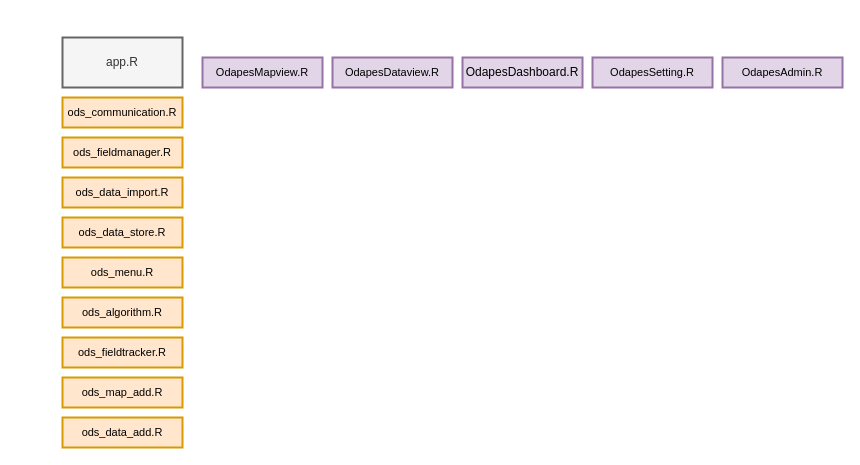
Above: ODAPES_APP_STRUCTURE.drawio in ODAPES/system_documentation (draw.io), before the change. Source tidied: cells renumbered, new cells numbered last; positions are measured from the earlier drawing's top-left corner, leaving out a move shared by most shapes. Both pictures are drawn from the tidied source at 100%, with x=0, y=0 at pixel (62, 37).
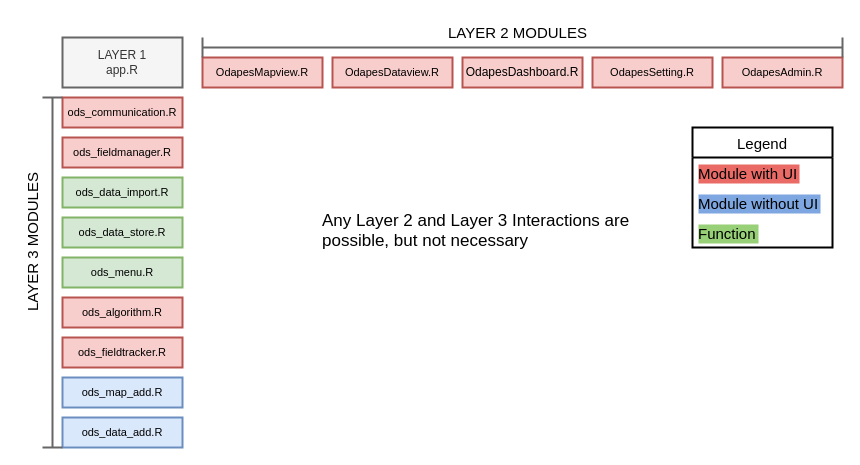
The same page after the edit.

What changed in the source:
```diff
@@
-    <mxCell id="2" value="app.R" style="text;html=1;strokeColor=#666666;fillColor=#f5f5f5;align=center;verticalAlign=middle;whiteSpace=wrap;rounded=0;strokeWidth=2;fontColor=#333333;" parent="1" vertex="1">
+    <mxCell id="2" value="LAYER 1&lt;br&gt;app.R" style="text;html=1;strokeColor=#666666;fillColor=#f5f5f5;align=center;verticalAlign=middle;whiteSpace=wrap;rounded=0;strokeWidth=2;fontColor=#333333;" parent="1" vertex="1">
       <mxGeometry width="120" height="50" as="geometry" />
     </mxCell>
-    <mxCell id="3" value="&lt;font style=&quot;font-size: 11px;&quot;&gt;OdapesDataview.R&lt;/font&gt;" style="text;html=1;strokeColor=#9673a6;fillColor=#e1d5e7;align=center;verticalAlign=middle;whiteSpace=wrap;rounded=0;strokeWidth=2;" parent="1" vertex="1">
+    <mxCell id="3" value="&lt;font style=&quot;font-size: 11px;&quot;&gt;OdapesDataview.R&lt;/font&gt;" style="text;html=1;strokeColor=#b85450;fillColor=#f8cecc;align=center;verticalAlign=middle;whiteSpace=wrap;rounded=0;strokeWidth=2;" parent="1" vertex="1">
       <mxGeometry x="270" y="20" width="120" height="30" as="geometry" />
     </mxCell>
-    <mxCell id="4" value="&lt;font style=&quot;font-size: 11px;&quot;&gt;OdapesMapview.R&lt;/font&gt;" style="text;html=1;strokeColor=#9673a6;fillColor=#e1d5e7;align=center;verticalAlign=middle;whiteSpace=wrap;rounded=0;strokeWidth=2;" parent="1" vertex="1">
+    <mxCell id="4" value="&lt;font style=&quot;font-size: 11px;&quot;&gt;OdapesMapview.R&lt;/font&gt;" style="text;html=1;strokeColor=#b85450;fillColor=#f8cecc;align=center;verticalAlign=middle;whiteSpace=wrap;rounded=0;strokeWidth=2;" parent="1" vertex="1">
       <mxGeometry x="140" y="20" width="120" height="30" as="geometry" />
     </mxCell>
-    <mxCell id="5" value="&lt;font style=&quot;font-size: 11px;&quot;&gt;OdapesSetting.R&lt;/font&gt;" style="text;html=1;strokeColor=#9673a6;fillColor=#e1d5e7;align=center;verticalAlign=middle;whiteSpace=wrap;rounded=0;strokeWidth=2;" parent="1" vertex="1">
+    <mxCell id="5" value="&lt;font style=&quot;font-size: 11px;&quot;&gt;OdapesSetting.R&lt;/font&gt;" style="text;html=1;strokeColor=#b85450;fillColor=#f8cecc;align=center;verticalAlign=middle;whiteSpace=wrap;rounded=0;strokeWidth=2;" parent="1" vertex="1">
       <mxGeometry x="530" y="20" width="120" height="30" as="geometry" />
     </mxCell>
-    <mxCell id="6" value="OdapesDashboard.R" style="text;html=1;strokeColor=#9673a6;fillColor=#e1d5e7;align=center;verticalAlign=middle;whiteSpace=wrap;rounded=0;strokeWidth=2;" parent="1" vertex="1">
+    <mxCell id="6" value="OdapesDashboard.R" style="text;html=1;strokeColor=#b85450;fillColor=#f8cecc;align=center;verticalAlign=middle;whiteSpace=wrap;rounded=0;strokeWidth=2;" parent="1" vertex="1">
       <mxGeometry x="400" y="20" width="120" height="30" as="geometry" />
     </mxCell>
-    <mxCell id="7" value="&lt;font style=&quot;font-size: 11px;&quot;&gt;OdapesAdmin.R&lt;/font&gt;" style="text;html=1;strokeColor=#9673a6;fillColor=#e1d5e7;align=center;verticalAlign=middle;whiteSpace=wrap;rounded=0;strokeWidth=2;" parent="1" vertex="1">
+    <mxCell id="7" value="&lt;font style=&quot;font-size: 11px;&quot;&gt;OdapesAdmin.R&lt;/font&gt;" style="text;html=1;strokeColor=#b85450;fillColor=#f8cecc;align=center;verticalAlign=middle;whiteSpace=wrap;rounded=0;strokeWidth=2;" parent="1" vertex="1">
       <mxGeometry x="660" y="20" width="120" height="30" as="geometry" />
     </mxCell>
-    <mxCell id="8" value="&lt;font style=&quot;font-size: 11px;&quot;&gt;ods_fieldmanager.R&lt;/font&gt;" style="text;html=1;strokeColor=#d79b00;fillColor=#ffe6cc;align=center;verticalAlign=middle;whiteSpace=wrap;rounded=0;strokeWidth=2;" parent="1" vertex="1">
+    <mxCell id="8" value="&lt;font style=&quot;font-size: 11px;&quot;&gt;ods_fieldmanager.R&lt;/font&gt;" style="text;html=1;strokeColor=#b85450;fillColor=#f8cecc;align=center;verticalAlign=middle;whiteSpace=wrap;rounded=0;strokeWidth=2;" parent="1" vertex="1">
       <mxGeometry y="100" width="120" height="30" as="geometry" />
     </mxCell>
-    <mxCell id="9" value="&lt;font style=&quot;font-size: 11px;&quot;&gt;ods_communication.R&lt;/font&gt;" style="text;html=1;strokeColor=#d79b00;fillColor=#ffe6cc;align=center;verticalAlign=middle;whiteSpace=wrap;rounded=0;strokeWidth=2;" parent="1" vertex="1">
+    <mxCell id="9" value="&lt;font style=&quot;font-size: 11px;&quot;&gt;ods_communication.R&lt;/font&gt;" style="text;html=1;strokeColor=#b85450;fillColor=#f8cecc;align=center;verticalAlign=middle;whiteSpace=wrap;rounded=0;strokeWidth=2;" parent="1" vertex="1">
       <mxGeometry y="60" width="120" height="30" as="geometry" />
     </mxCell>
-    <mxCell id="10" value="&lt;font style=&quot;font-size: 11px;&quot;&gt;ods_data_import.R&lt;/font&gt;" style="text;html=1;strokeColor=#d79b00;fillColor=#ffe6cc;align=center;verticalAlign=middle;whiteSpace=wrap;rounded=0;strokeWidth=2;" parent="1" vertex="1">
+    <mxCell id="10" value="&lt;font style=&quot;font-size: 11px;&quot;&gt;ods_data_import.R&lt;/font&gt;" style="text;html=1;strokeColor=#82b366;fillColor=#d5e8d4;align=center;verticalAlign=middle;whiteSpace=wrap;rounded=0;strokeWidth=2;" parent="1" vertex="1">
       <mxGeometry y="140" width="120" height="30" as="geometry" />
     </mxCell>
-    <mxCell id="11" value="&lt;font style=&quot;font-size: 11px;&quot;&gt;ods_data_store.R&lt;/font&gt;" style="text;html=1;strokeColor=#d79b00;fillColor=#ffe6cc;align=center;verticalAlign=middle;whiteSpace=wrap;rounded=0;strokeWidth=2;" parent="1" vertex="1">
+    <mxCell id="11" value="&lt;font style=&quot;font-size: 11px;&quot;&gt;ods_data_store.R&lt;/font&gt;" style="text;html=1;strokeColor=#82b366;fillColor=#d5e8d4;align=center;verticalAlign=middle;whiteSpace=wrap;rounded=0;strokeWidth=2;" parent="1" vertex="1">
       <mxGeometry y="180" width="120" height="30" as="geometry" />
     </mxCell>
-    <mxCell id="12" value="&lt;font style=&quot;font-size: 11px;&quot;&gt;ods_menu.R&lt;/font&gt;" style="text;html=1;strokeColor=#d79b00;fillColor=#ffe6cc;align=center;verticalAlign=middle;whiteSpace=wrap;rounded=0;strokeWidth=2;" parent="1" vertex="1">
+    <mxCell id="12" value="&lt;font style=&quot;font-size: 11px;&quot;&gt;ods_menu.R&lt;/font&gt;" style="text;html=1;strokeColor=#82b366;fillColor=#d5e8d4;align=center;verticalAlign=middle;whiteSpace=wrap;rounded=0;strokeWidth=2;" parent="1" vertex="1">
       <mxGeometry y="220" width="120" height="30" as="geometry" />
     </mxCell>
-    <mxCell id="13" value="&lt;font style=&quot;font-size: 11px;&quot;&gt;ods_algorithm.R&lt;/font&gt;" style="text;html=1;strokeColor=#d79b00;fillColor=#ffe6cc;align=center;verticalAlign=middle;whiteSpace=wrap;rounded=0;strokeWidth=2;" parent="1" vertex="1">
+    <mxCell id="13" value="&lt;font style=&quot;font-size: 11px;&quot;&gt;ods_algorithm.R&lt;/font&gt;" style="text;html=1;strokeColor=#b85450;fillColor=#f8cecc;align=center;verticalAlign=middle;whiteSpace=wrap;rounded=0;strokeWidth=2;" parent="1" vertex="1">
       <mxGeometry y="260" width="120" height="30" as="geometry" />
     </mxCell>
-    <mxCell id="14" value="&lt;font style=&quot;font-size: 11px;&quot;&gt;ods_fieldtracker.R&lt;/font&gt;" style="text;html=1;strokeColor=#d79b00;fillColor=#ffe6cc;align=center;verticalAlign=middle;whiteSpace=wrap;rounded=0;strokeWidth=2;" parent="1" vertex="1">
+    <mxCell id="14" value="&lt;font style=&quot;font-size: 11px;&quot;&gt;ods_fieldtracker.R&lt;/font&gt;" style="text;html=1;strokeColor=#b85450;fillColor=#f8cecc;align=center;verticalAlign=middle;whiteSpace=wrap;rounded=0;strokeWidth=2;" parent="1" vertex="1">
       <mxGeometry y="300" width="120" height="30" as="geometry" />
     </mxCell>
-    <mxCell id="15" value="&lt;font style=&quot;font-size: 11px;&quot;&gt;ods_map_add.R&lt;/font&gt;" style="text;html=1;strokeColor=#d79b00;fillColor=#ffe6cc;align=center;verticalAlign=middle;whiteSpace=wrap;rounded=0;strokeWidth=2;" parent="1" vertex="1">
+    <mxCell id="15" value="&lt;font style=&quot;font-size: 11px;&quot;&gt;ods_map_add.R&lt;/font&gt;" style="text;html=1;strokeColor=#6c8ebf;fillColor=#dae8fc;align=center;verticalAlign=middle;whiteSpace=wrap;rounded=0;strokeWidth=2;" parent="1" vertex="1">
       <mxGeometry y="340" width="120" height="30" as="geometry" />
     </mxCell>
-    <mxCell id="16" value="&lt;font style=&quot;font-size: 11px;&quot;&gt;ods_data_add.R&lt;/font&gt;" style="text;html=1;strokeColor=#d79b00;fillColor=#ffe6cc;align=center;verticalAlign=middle;whiteSpace=wrap;rounded=0;strokeWidth=2;" parent="1" vertex="1">
+    <mxCell id="16" value="&lt;font style=&quot;font-size: 11px;&quot;&gt;ods_data_add.R&lt;/font&gt;" style="text;html=1;strokeColor=#6c8ebf;fillColor=#dae8fc;align=center;verticalAlign=middle;whiteSpace=wrap;rounded=0;strokeWidth=2;" parent="1" vertex="1">
       <mxGeometry y="380" width="120" height="30" as="geometry" />
     </mxCell>
+    <mxCell id="17" style="shape=crossbar;whiteSpace=wrap;html=1;rounded=1;fontSize=11;strokeWidth=2;fillColor=#f5f5f5;strokeColor=#666666;fontColor=#333333;" parent="1" vertex="1">
+      <mxGeometry x="140" width="640" height="20" as="geometry" />
+    </mxCell>
+    <mxCell id="18" value="LAYER 2 MODULES" style="text;html=1;align=center;verticalAlign=middle;strokeColor=none;fillColor=none;fontSize=15;fontColor=#000000;" parent="1" vertex="1">
+      <mxGeometry x="375" y="-20" width="160" height="30" as="geometry" />
+    </mxCell>
+    <mxCell id="19" style="shape=crossbar;whiteSpace=wrap;html=1;rounded=1;direction=south;fontSize=15;strokeWidth=2;fillColor=#f5f5f5;strokeColor=#666666;fontColor=#333333;" parent="1" vertex="1">
+      <mxGeometry x="-20" y="60" width="20" height="350" as="geometry" />
+    </mxCell>
+    <mxCell id="20" value="LAYER 3 MODULES" style="text;html=1;align=center;verticalAlign=middle;strokeColor=none;fillColor=none;fontSize=15;fontColor=#000000;rotation=-90;" parent="1" vertex="1">
+      <mxGeometry x="-110" y="190" width="160" height="30" as="geometry" />
+    </mxCell>
+    <mxCell id="21" value="Legend" style="swimlane;fontStyle=0;horizontal=1;startSize=30;fontSize=15;fontColor=#000000;strokeWidth=2;" parent="1" vertex="1">
+      <mxGeometry x="630" y="90" width="140" height="120" as="geometry" />
+    </mxCell>
+    <mxCell id="22" value="Module with UI" style="text;strokeColor=none;fillColor=none;align=left;verticalAlign=middle;spacingLeft=4;spacingRight=4;overflow=hidden;fontSize=15;fontColor=#000000;labelBackgroundColor=#EA6B66;" parent="21" vertex="1">
+      <mxGeometry y="30" width="140" height="30" as="geometry" />
+    </mxCell>
+    <mxCell id="23" value="Module without UI" style="text;strokeColor=none;fillColor=none;align=left;verticalAlign=middle;spacingLeft=4;spacingRight=4;overflow=hidden;fontSize=15;fontColor=#000000;labelBackgroundColor=#7EA6E0;" parent="21" vertex="1">
+      <mxGeometry y="60" width="140" height="30" as="geometry" />
+    </mxCell>
+    <mxCell id="24" value="Function" style="text;strokeColor=none;fillColor=none;align=left;verticalAlign=middle;spacingLeft=4;spacingRight=4;overflow=hidden;fontSize=15;fontColor=#000000;labelBackgroundColor=#97D077;" parent="21" vertex="1">
+      <mxGeometry y="90" width="140" height="30" as="geometry" />
+    </mxCell>
+    <mxCell id="25" value="&lt;h1 style=&quot;font-size: 17px;&quot;&gt;&lt;br style=&quot;font-size: 17px;&quot;&gt;&lt;/h1&gt;&lt;p style=&quot;font-size: 17px;&quot;&gt;Any Layer 2 and Layer 3 Interactions are possible, but not necessary&lt;/p&gt;" style="text;html=1;strokeColor=none;fillColor=none;spacing=5;spacingTop=-20;whiteSpace=wrap;overflow=hidden;rounded=0;labelBackgroundColor=none;fontSize=17;fontColor=#000000;" parent="1" vertex="1">
+      <mxGeometry x="255" y="135" width="375" height="120" as="geometry" />
+    </mxCell>
```
